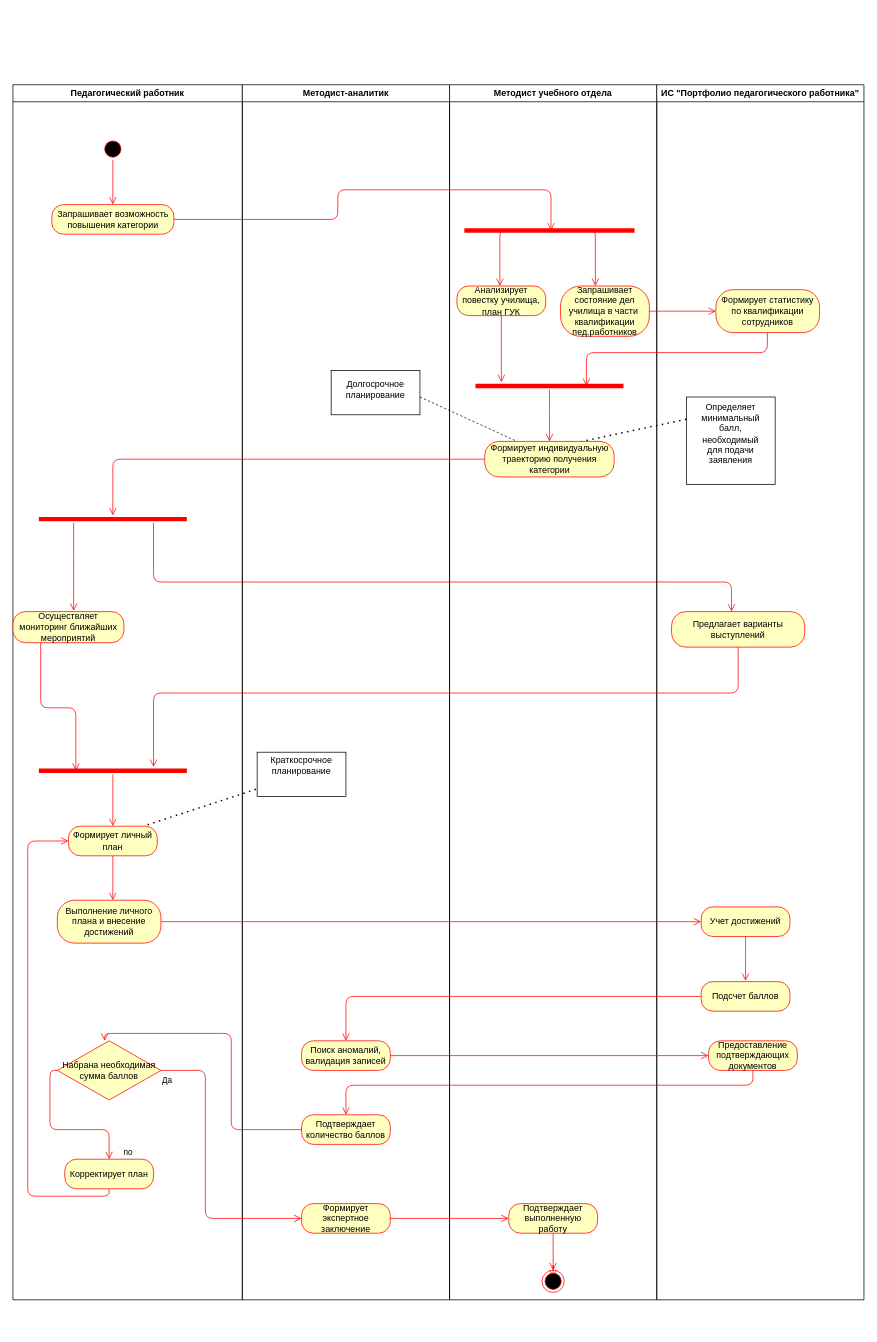
Earlier version of the draw.io diagram Ведение портфолио (to be).drawio (Alexk80/keywords). Source tidied: cells renumbered, new cells numbered last; positions are measured from the earlier drawing's top-left corner, leaving out a move shared by most shapes. Both pictures are drawn from the tidied source at 74%, with x=0, y=0 at pixel (13, 84).
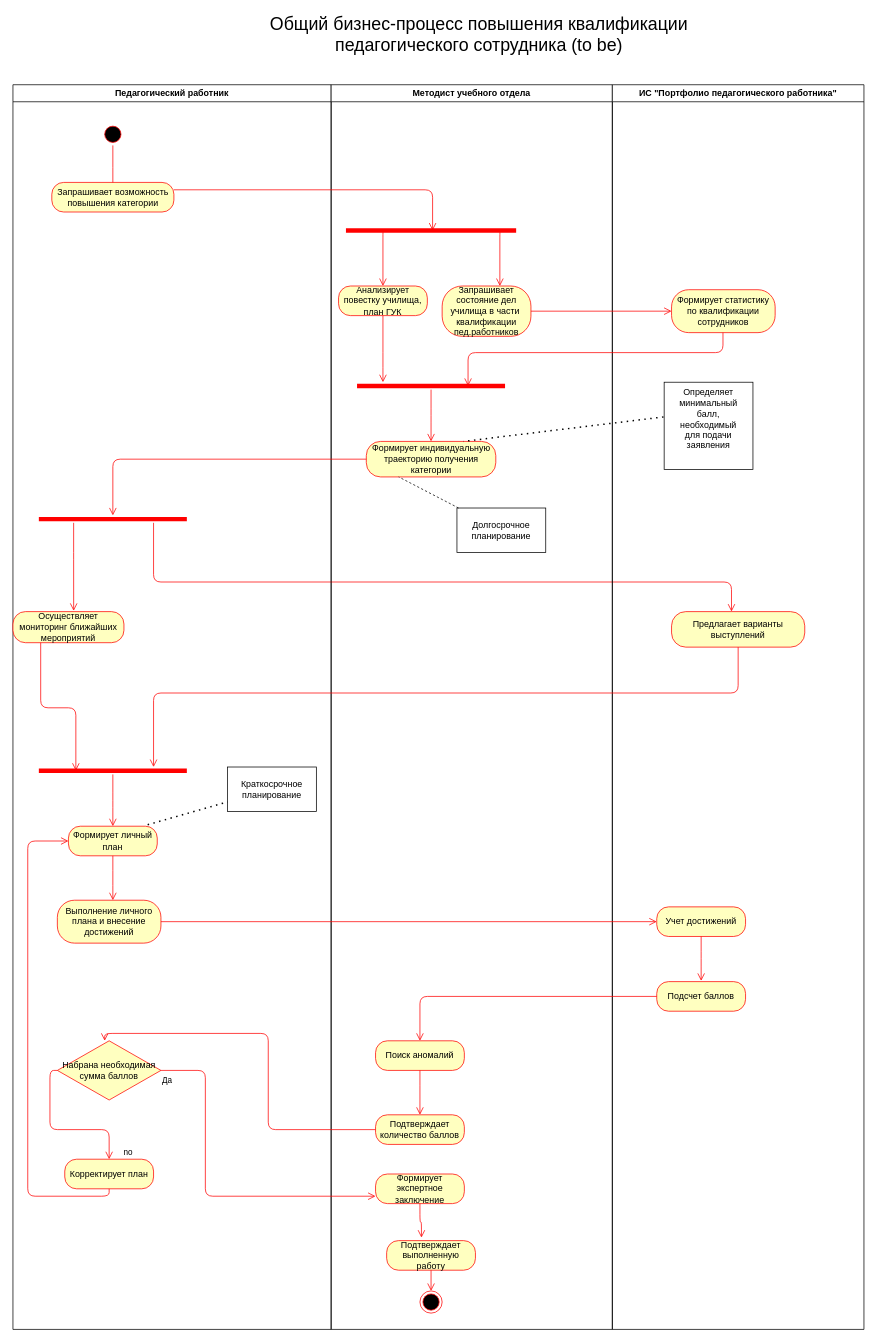
Above is the later version.

Unchanged cells that the change refers to:
```xml
<mxCell id="13" value="Формирует личный план" style="rounded=1;whiteSpace=wrap;html=1;arcSize=40;fontColor=#000000;fillColor=#ffffc0;strokeColor=#ff0000;" parent="2" vertex="1">
  <mxGeometry x="75" y="1002" width="120" height="40" as="geometry" />
</mxCell>
<mxCell id="16" value="Набрана необходимая сумма баллов" style="rhombus;whiteSpace=wrap;html=1;fillColor=#ffffc0;strokeColor=#ff0000;" parent="2" vertex="1">
  <mxGeometry x="60" y="1292" width="140" height="80" as="geometry" />
</mxCell>
<mxCell id="30" style="shape=line;html=1;strokeWidth=6;strokeColor=#ff0000;" parent="28" vertex="1">
  <mxGeometry x="20" y="192" width="230" height="10" as="geometry" />
</mxCell>
<mxCell id="32" value="Анализирует повестку училища, план ГУК" style="rounded=1;whiteSpace=wrap;html=1;arcSize=40;fontColor=#000000;fillColor=#ffffc0;strokeColor=#ff0000;" parent="28" vertex="1">
  <mxGeometry x="10" y="272" width="120" height="40" as="geometry" />
</mxCell>
<mxCell id="34" style="shape=line;html=1;strokeWidth=6;strokeColor=#ff0000;" parent="28" vertex="1">
  <mxGeometry x="35" y="402" width="200" height="10" as="geometry" />
</mxCell>
<mxCell id="36" value="Формирует индивидуальную траекторию получения категории" style="rounded=1;whiteSpace=wrap;html=1;arcSize=40;fontColor=#000000;fillColor=#ffffc0;strokeColor=#ff0000;" parent="28" vertex="1">
  <mxGeometry x="47.5" y="482" width="175" height="48" as="geometry" />
</mxCell>
```

The edit, as a diff of the source:
```diff
@@
     <mxCell id="2" value="Педагогический работник" style="swimlane;whiteSpace=wrap;" parent="1" vertex="1">
-      <mxGeometry width="310" height="1642" as="geometry" />
+      <mxGeometry width="430" height="1682" as="geometry" />
     </mxCell>
     <mxCell id="3" style="ellipse;html=1;shape=startState;fillColor=#000000;strokeColor=#ff0000;" parent="2" vertex="1">
-      <mxGeometry x="120" y="72" width="30" height="30" as="geometry" />
+      <mxGeometry x="120" y="52" width="30" height="30" as="geometry" />
     </mxCell>
@@
     <mxCell id="5" value="Запрашивает возможность повышения категории" style="rounded=1;whiteSpace=wrap;html=1;arcSize=40;fontColor=#000000;fillColor=#ffffc0;strokeColor=#ff0000;" parent="2" vertex="1">
-      <mxGeometry x="52.5" y="162" width="165" height="40" as="geometry" />
+      <mxGeometry x="52.5" y="132" width="165" height="40" as="geometry" />
     </mxCell>
@@
-    <mxCell id="20" value="Методист-аналитик" style="swimlane;whiteSpace=wrap;" parent="1" vertex="1">
-      <mxGeometry x="310" width="280" height="1642" as="geometry" />
-    </mxCell>
-    <mxCell id="21" style="rounded=0;whiteSpace=wrap;html=1;" parent="20" vertex="1">
-      <mxGeometry x="120" y="386" width="120" height="60" as="geometry" />
-    </mxCell>
-    <mxCell id="22" value="Долгосрочное планирование" style="text;html=1;strokeColor=none;fillColor=none;align=center;verticalAlign=middle;whiteSpace=wrap;rounded=0;" parent="20" vertex="1">
-      <mxGeometry x="160" y="402" width="40" height="20" as="geometry" />
-    </mxCell>
-    <mxCell id="23" style="rounded=0;whiteSpace=wrap;html=1;" parent="20" vertex="1">
-      <mxGeometry x="20" y="902" width="120" height="60" as="geometry" />
+    <mxCell id="23" style="rounded=0;whiteSpace=wrap;html=1;" parent="2" vertex="1">
+      <mxGeometry x="290" y="922" width="120" height="60" as="geometry" />
     </mxCell>
+    <mxCell id="57" style="endArrow=none;dashed=1;html=1;dashPattern=1 3;strokeWidth=2;exitX=0.892;exitY=-0.05;exitDx=0;exitDy=0;exitPerimeter=0;" parent="2" edge="1" source="13" target="23">
+      <mxGeometry relative="1" as="geometry" />
+    </mxCell>
-    <mxCell id="24" value="Краткосрочное планирование" style="text;html=1;strokeColor=none;fillColor=none;align=center;verticalAlign=middle;whiteSpace=wrap;rounded=0;" parent="20" vertex="1">
-      <mxGeometry x="60" y="910" width="40" height="20" as="geometry" />
+    <mxCell id="24" value="Краткосрочное планирование" style="text;html=1;strokeColor=none;fillColor=none;align=center;verticalAlign=middle;whiteSpace=wrap;rounded=0;" parent="2" vertex="1">
+      <mxGeometry x="330" y="942" width="40" height="20" as="geometry" />
     </mxCell>
-    <mxCell id="25" value="Поиск аномалий, валидация записей" style="rounded=1;whiteSpace=wrap;html=1;arcSize=40;fontColor=#000000;fillColor=#ffffc0;strokeColor=#ff0000;" parent="20" vertex="1">
-      <mxGeometry x="80" y="1292" width="120" height="40" as="geometry" />
-    </mxCell>
-    <mxCell id="26" value="Подтверждает количество баллов" style="rounded=1;whiteSpace=wrap;html=1;arcSize=40;fontColor=#000000;fillColor=#ffffc0;strokeColor=#ff0000;" parent="20" vertex="1">
-      <mxGeometry x="80" y="1392" width="120" height="40" as="geometry" />
-    </mxCell>
-    <mxCell id="27" value="Формирует экспертное заключение" style="rounded=1;whiteSpace=wrap;html=1;arcSize=40;fontColor=#000000;fillColor=#ffffc0;strokeColor=#ff0000;" parent="20" vertex="1">
-      <mxGeometry x="80" y="1512" width="120" height="40" as="geometry" />
-    </mxCell>
     <mxCell id="28" value="Методист учебного отдела" style="swimlane;whiteSpace=wrap;" parent="1" vertex="1">
-      <mxGeometry x="590" width="280" height="1642" as="geometry" />
+      <mxGeometry x="430" width="380" height="1682" as="geometry" />
     </mxCell>
@@
-    <mxCell id="31" style="edgeStyle=orthogonalEdgeStyle;html=1;verticalAlign=bottom;endArrow=open;endSize=8;strokeColor=#ff0000;exitX=0.75;exitY=0.5;exitDx=0;exitDy=0;exitPerimeter=0;" parent="28" edge="1" source="30">
+    <mxCell id="31" style="edgeStyle=orthogonalEdgeStyle;html=1;verticalAlign=bottom;endArrow=open;endSize=8;strokeColor=#ff0000;exitX=0.222;exitY=0.3;exitDx=0;exitDy=0;exitPerimeter=0;entryX=0.5;entryY=0;entryDx=0;entryDy=0;" parent="28" edge="1" source="30" target="32">
       <mxGeometry relative="1" as="geometry">
-        <mxPoint x="197" y="272" as="targetPoint" />
         <Array as="points">
-          <mxPoint x="197" y="197" />
+          <mxPoint x="71" y="197" />
+          <mxPoint x="70" y="197" />
         </Array>
       </mxGeometry>
     </mxCell>
@@
+    <mxCell id="25" value="Поиск аномалий" style="rounded=1;whiteSpace=wrap;html=1;arcSize=40;fontColor=#000000;fillColor=#ffffc0;strokeColor=#ff0000;" parent="28" vertex="1">
+      <mxGeometry x="60" y="1292" width="120" height="40" as="geometry" />
+    </mxCell>
+    <mxCell id="26" value="Подтверждает количество баллов" style="rounded=1;whiteSpace=wrap;html=1;arcSize=40;fontColor=#000000;fillColor=#ffffc0;strokeColor=#ff0000;" parent="28" vertex="1">
+      <mxGeometry x="60" y="1392" width="120" height="40" as="geometry" />
+    </mxCell>
+    <mxCell id="62" style="edgeStyle=orthogonalEdgeStyle;html=1;verticalAlign=bottom;endArrow=open;endSize=8;strokeColor=#ff0000;entryX=0.5;entryY=0;entryDx=0;entryDy=0;exitX=0.5;exitY=1;exitDx=0;exitDy=0;" parent="28" edge="1" source="25" target="26">
+      <mxGeometry relative="1" as="geometry">
+        <Array as="points">
+          <mxPoint x="120" y="1362" />
+          <mxPoint x="120" y="1362" />
+        </Array>
+      </mxGeometry>
+    </mxCell>
+    <mxCell id="27" value="Формирует экспертное заключение" style="rounded=1;whiteSpace=wrap;html=1;arcSize=40;fontColor=#000000;fillColor=#ffffc0;strokeColor=#ff0000;" parent="28" vertex="1">
+      <mxGeometry x="60" y="1472" width="120" height="40" as="geometry" />
+    </mxCell>
     <mxCell id="37" value="Подтверждает выполненную работу" style="rounded=1;whiteSpace=wrap;html=1;arcSize=40;fontColor=#000000;fillColor=#ffffc0;strokeColor=#ff0000;" parent="28" vertex="1">
-      <mxGeometry x="80" y="1512" width="120" height="40" as="geometry" />
+      <mxGeometry x="75" y="1562" width="120" height="40" as="geometry" />
     </mxCell>
-    <mxCell id="38" style="edgeStyle=orthogonalEdgeStyle;html=1;verticalAlign=bottom;endArrow=open;endSize=8;strokeColor=#ff0000;" parent="28" edge="1" source="39">
-      <mxGeometry relative="1" as="geometry">
-        <mxPoint x="140" y="1612" as="targetPoint" />
-      </mxGeometry>
-    </mxCell>
+    <mxCell id="65" style="edgeStyle=orthogonalEdgeStyle;html=1;verticalAlign=bottom;endArrow=open;endSize=8;strokeColor=#ff0000;exitX=0.5;exitY=1;exitDx=0;exitDy=0;entryX=0.392;entryY=-0.1;entryDx=0;entryDy=0;entryPerimeter=0;" parent="28" edge="1" source="27" target="37">
+      <mxGeometry relative="1" as="geometry" />
+    </mxCell>
     <mxCell id="39" style="ellipse;html=1;shape=endState;fillColor=#000000;strokeColor=#ff0000;" parent="28" vertex="1">
-      <mxGeometry x="125" y="1602" width="30" height="30" as="geometry" />
+      <mxGeometry x="120" y="1630" width="30" height="30" as="geometry" />
     </mxCell>
@@
+    <mxCell id="21" style="rounded=0;whiteSpace=wrap;html=1;" parent="28" vertex="1">
+      <mxGeometry x="170" y="572" width="120" height="60" as="geometry" />
+    </mxCell>
+    <mxCell id="22" value="Долгосрочное планирование" style="text;html=1;strokeColor=none;fillColor=none;align=center;verticalAlign=middle;whiteSpace=wrap;rounded=0;" parent="28" vertex="1">
+      <mxGeometry x="210" y="592" width="40" height="20" as="geometry" />
+    </mxCell>
+    <mxCell id="55" style="endArrow=none;dashed=1;html=1;entryX=0.25;entryY=1;entryDx=0;entryDy=0;" parent="28" edge="1" source="21" target="36">
+      <mxGeometry relative="1" as="geometry" />
+    </mxCell>
     <mxCell id="41" value="ИС &quot;Портфолио педагогического работника&quot;" style="swimlane;whiteSpace=wrap;" parent="1" vertex="1">
-      <mxGeometry x="870" width="280" height="1642" as="geometry" />
+      <mxGeometry x="810" width="340" height="1682" as="geometry" />
     </mxCell>
@@
     <mxCell id="43" style="edgeStyle=orthogonalEdgeStyle;html=1;verticalAlign=bottom;endArrow=open;endSize=8;strokeColor=#ff0000;entryX=0.75;entryY=0.5;entryDx=0;entryDy=0;entryPerimeter=0;" parent="41" edge="1" target="34">
       <mxGeometry relative="1" as="geometry">
         <mxPoint x="149.5" y="335" as="sourcePoint" />
         <Array as="points">
           <mxPoint x="150" y="362" />
-          <mxPoint x="-95" y="362" />
+          <mxPoint x="-195" y="362" />
         </Array>
       </mxGeometry>
     </mxCell>
     <mxCell id="44" value="Предлагает варианты выступлений" style="rounded=1;whiteSpace=wrap;html=1;arcSize=40;fontColor=#000000;fillColor=#ffffc0;strokeColor=#ff0000;" parent="41" vertex="1">
-      <mxGeometry x="20" y="712" width="180" height="48" as="geometry" />
+      <mxGeometry x="80" y="712" width="180" height="48" as="geometry" />
     </mxCell>
-    <mxCell id="45" style="rounded=0;whiteSpace=wrap;html=1;" parent="41" vertex="1">
-      <mxGeometry x="40" y="422" width="120" height="118" as="geometry" />
-    </mxCell>
     <mxCell id="46" value="Определяет минимальный балл, необходимый для подачи заявления" style="text;html=1;strokeColor=none;fillColor=none;align=center;verticalAlign=middle;whiteSpace=wrap;rounded=0;" parent="41" vertex="1">
-      <mxGeometry x="80" y="462" width="40" height="20" as="geometry" />
+      <mxGeometry x="110" y="442" width="40" height="20" as="geometry" />
     </mxCell>
@@
-    <mxCell id="50" value="Предоставление подтверждающих документов" style="rounded=1;whiteSpace=wrap;html=1;arcSize=40;fontColor=#000000;fillColor=#ffffc0;strokeColor=#ff0000;" parent="41" vertex="1">
-      <mxGeometry x="70" y="1292" width="120" height="40" as="geometry" />
-    </mxCell>
+    <mxCell id="45" style="rounded=0;whiteSpace=wrap;html=1;fillColor=none;" parent="41" vertex="1">
+      <mxGeometry x="70" y="402" width="120" height="118" as="geometry" />
+    </mxCell>
     <mxCell id="51" style="edgeStyle=orthogonalEdgeStyle;html=1;verticalAlign=bottom;endArrow=open;endSize=8;strokeColor=#ff0000;entryX=0.509;entryY=0.5;entryDx=0;entryDy=0;entryPerimeter=0;" parent="1" edge="1" source="5" target="30">
       <mxGeometry relative="1" as="geometry">
         <Array as="points">
-          <mxPoint x="439" y="182" />
-          <mxPoint x="439" y="142" />
-          <mxPoint x="727" y="142" />
+          <mxPoint x="567" y="142" />
         </Array>
       </mxGeometry>
     </mxCell>
@@
-    <mxCell id="53" style="edgeStyle=orthogonalEdgeStyle;html=1;verticalAlign=bottom;endArrow=open;endSize=8;strokeColor=#ff0000;exitX=0.25;exitY=0.5;exitDx=0;exitDy=0;exitPerimeter=0;" parent="1" edge="1" source="30">
+    <mxCell id="53" style="edgeStyle=orthogonalEdgeStyle;html=1;verticalAlign=bottom;endArrow=open;endSize=8;strokeColor=#ff0000;exitX=0.913;exitY=0.7;exitDx=0;exitDy=0;exitPerimeter=0;" parent="1" edge="1" source="30">
       <mxGeometry relative="1" as="geometry">
         <mxPoint x="658" y="272" as="targetPoint" />
         <Array as="points">
+          <mxPoint x="660" y="197" />
           <mxPoint x="658" y="197" />
         </Array>
       </mxGeometry>
     </mxCell>
@@
-    <mxCell id="55" style="endArrow=none;dashed=1;html=1;entryX=0.25;entryY=0;entryDx=0;entryDy=0;" parent="1" edge="1" target="36">
-      <mxGeometry relative="1" as="geometry">
-        <mxPoint x="550" y="422" as="sourcePoint" />
-      </mxGeometry>
-    </mxCell>
@@
-    <mxCell id="57" style="endArrow=none;dashed=1;html=1;dashPattern=1 3;strokeWidth=2;exitX=0.892;exitY=-0.05;exitDx=0;exitDy=0;exitPerimeter=0;" parent="1" edge="1" source="13" target="23">
-      <mxGeometry relative="1" as="geometry" />
-    </mxCell>
-    <mxCell id="58" style="endArrow=none;dashed=1;html=1;dashPattern=1 3;strokeWidth=2;entryX=0.75;entryY=0;entryDx=0;entryDy=0;" parent="1" edge="1" target="36">
-      <mxGeometry relative="1" as="geometry">
-        <mxPoint x="910" y="452" as="sourcePoint" />
-      </mxGeometry>
+    <mxCell id="58" style="endArrow=none;dashed=1;html=1;dashPattern=1 3;strokeWidth=2;entryX=0.75;entryY=0;entryDx=0;entryDy=0;exitX=-0.008;exitY=0.398;exitDx=0;exitDy=0;exitPerimeter=0;" parent="1" edge="1" source="45" target="36">
+      <mxGeometry relative="1" as="geometry" />
     </mxCell>
@@
-    <mxCell id="61" style="edgeStyle=orthogonalEdgeStyle;html=1;verticalAlign=bottom;endArrow=open;endSize=8;strokeColor=#ff0000;entryX=0;entryY=0.5;entryDx=0;entryDy=0;" parent="1" edge="1" source="25" target="50">
-      <mxGeometry relative="1" as="geometry" />
-    </mxCell>
-    <mxCell id="62" style="edgeStyle=orthogonalEdgeStyle;html=1;verticalAlign=bottom;endArrow=open;endSize=8;strokeColor=#ff0000;entryX=0.5;entryY=0;entryDx=0;entryDy=0;" parent="1" edge="1" source="50" target="26">
-      <mxGeometry relative="1" as="geometry">
-        <Array as="points">
-          <mxPoint x="1000" y="1352" />
-          <mxPoint x="450" y="1352" />
-        </Array>
-      </mxGeometry>
-    </mxCell>
@@
     <mxCell id="64" value="Да" style="edgeStyle=orthogonalEdgeStyle;html=1;align=left;verticalAlign=top;endArrow=open;endSize=8;strokeColor=#ff0000;exitX=1;exitY=0.5;exitDx=0;exitDy=0;" parent="1" edge="1" source="16" target="27">
       <mxGeometry x="-1" relative="1" as="geometry">
         <Array as="points">
           <mxPoint x="260" y="1332" />
-          <mxPoint x="260" y="1532" />
+          <mxPoint x="260" y="1502" />
         </Array>
       </mxGeometry>
     </mxCell>
-    <mxCell id="65" style="edgeStyle=orthogonalEdgeStyle;html=1;verticalAlign=bottom;endArrow=open;endSize=8;strokeColor=#ff0000;exitX=1;exitY=0.5;exitDx=0;exitDy=0;entryX=0;entryY=0.5;entryDx=0;entryDy=0;" parent="1" edge="1" source="27" target="37">
-      <mxGeometry relative="1" as="geometry" />
-    </mxCell>
+    <mxCell id="66" value="&lt;font style=&quot;font-size: 24px&quot;&gt;Общий бизнес-процесс повышения квалификации педагогического сотрудника (to be)&lt;/font&gt;" style="text;html=1;strokeColor=none;fillColor=none;align=center;verticalAlign=middle;whiteSpace=wrap;rounded=0;" parent="1" vertex="1">
+      <mxGeometry x="340" y="-78" width="580" height="20" as="geometry" />
+    </mxCell>
```
